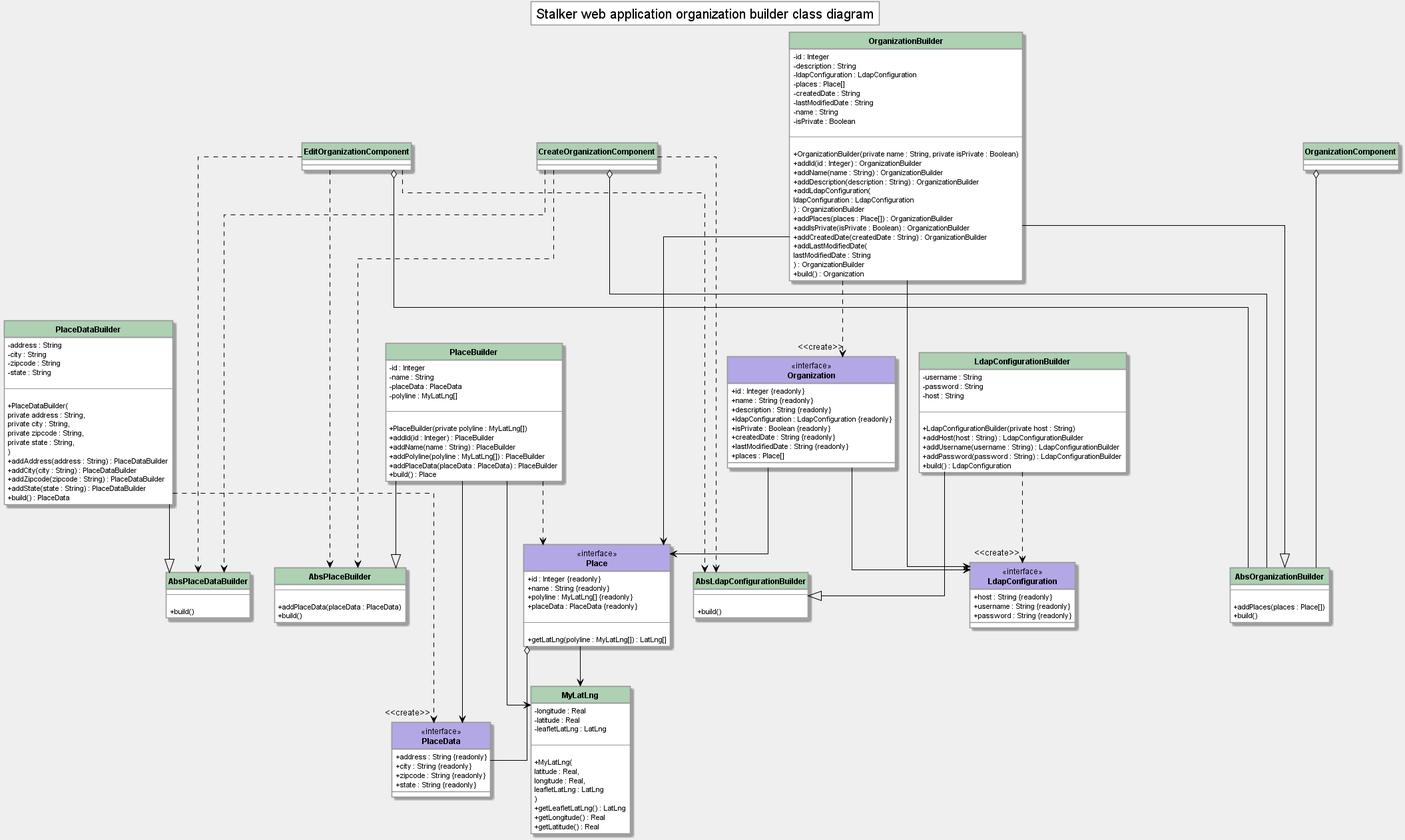
Earlier version of the PlantUML export esterni/manuale-manutentore/components/architettura/img/webapp-organization-builder.png (GruppOne/project-docs).
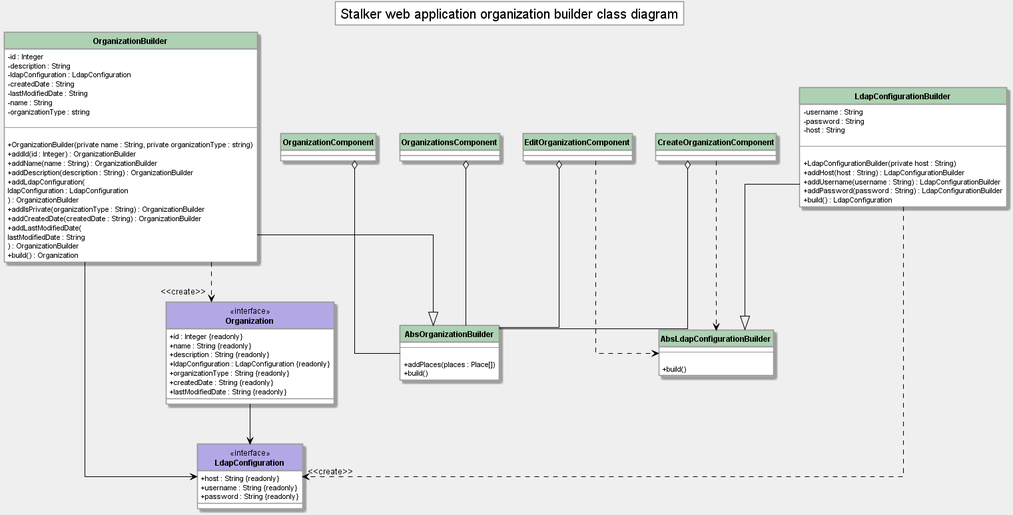
After the commit.

What changed in the source:
```diff
@@ -1,239 +1,19 @@
 @startuml Organization builder design pattern diagram
+!include ../../style/class.pu
 
-hide circle
+!include ../interfaces/LdapConfiguration/LdapConfiguration.pu
+!include ../interfaces/Organization/Organization.pu
 
-skinparam {
-  ArrowColor #000
-  BackgroundColor #efefef
-  DefaultFontName Roboto
-  Linetype ortho
-  NoteFontName Roboto
-  SequenceLifeLineBackgroundColor #989898
-  SequenceLifeLineBorderColor #000
-  SequenceMessageAlignment center
-  SequenceTitleFontColor #000
-  ParticipantPadding 10
-  ResponseMessageBelowArrow true
-  classAttributeIconSize 0
-  TitleFontSize 20
-  TitleBorderColor #989898
-  TitleBackgroundColor #fff
-
-  Class {
-    BackgroundColor #fff
-    BorderColor #989898
-    FontStyle bold
-    HeaderBackgroundColor #add1b2
-    StereotypeFontStyle normal
-  }
-
-  Class<<interface>> {
-    HeaderBackgroundColor #b4a7e5
-  }
-
-  Class<<enumeration>> {
-    HeaderBackgroundColor #eb937f
-  }
-
-  Package {
-    BackgroundColor #c3c3c3
-    BorderColor #989898
-  }
-
-  Note {
-    BackgroundColor #fdfd96
-    BorderColor #ffd400
-  }
-
-  Participant {
-    BackgroundColor #fff
-    BorderColor #989898
-    FontStyle bold
-  }
-}
-
-class LdapConfiguration <<interface>> {
-  + host : String {readonly}
-  + username : String {readonly}
-  + password : String {readonly}
-}
-class Place <<interface>> {
-  + id : Integer {readonly}
-  + name : String {readonly}
-  + polyline : MyLatLng[] {readonly}
-  + placeData : PlaceData {readonly}
-
-  --
-
-  + getLatLng(polyline : MyLatLng[]) : LatLng[]
-}
-
-Place --> MyLatLng
-Place o-- PlaceData
-
-class PlaceData <<interface>> {
-  + address : String {readonly}
-  + city : String {readonly}
-  + zipcode : String {readonly}
-  + state : String {readonly}
-}
-
-class Organization <<interface>> {
-  + id : Integer {readonly}
-  + name : String {readonly}
-  + description : String {readonly}
-  + ldapConfiguration : LdapConfiguration {readonly}
-  + isPrivate : Boolean {readonly}
-  + createdDate : String {readonly}
-  + lastModifiedDate : String {readonly}
-  + places : Place[]
-}
-
-Organization --> LdapConfiguration
-Organization --> Place
-
-class AbsLdapConfigurationBuilder {
-  --
-
-  + build()
-}
-class LdapConfigurationBuilder {
-  - username : String
-  - password : String
-  - host : String
-
-  --
-
-  + LdapConfigurationBuilder(private host : String)
-  + addHost(host : String) : LdapConfigurationBuilder
-  + addUsername(username : String) : LdapConfigurationBuilder
-  + addPassword(password : String) : LdapConfigurationBuilder
-  + build() : LdapConfiguration
-}
-
-LdapConfigurationBuilder ..> "<<create>>" LdapConfiguration
-LdapConfigurationBuilder --|> AbsLdapConfigurationBuilder
-class AbsOrganizationBuilder {
-  --
-
-  + addPlaces(places : Place[])
-  + build()
-}
-
-class OrganizationBuilder {
-  - id : Integer
-  - description : String
-  - ldapConfiguration : LdapConfiguration
-  - places : Place[]
-  - createdDate : String
-  - lastModifiedDate : String
-  - name : String
-  - isPrivate : Boolean
-
-  --
-
-  + OrganizationBuilder(private name : String, private isPrivate : Boolean)
-  + addId(id : Integer) : OrganizationBuilder
-  + addName(name : String) : OrganizationBuilder
-  + addDescription(description : String) : OrganizationBuilder
-  + addLdapConfiguration(
-    ldapConfiguration : LdapConfiguration
-    ) : OrganizationBuilder
-  + addPlaces(places : Place[]) : OrganizationBuilder
-  + addIsPrivate(isPrivate : Boolean) : OrganizationBuilder
-  + addCreatedDate(createdDate : String) : OrganizationBuilder
-  + addLastModifiedDate(
-    lastModifiedDate : String
-    ) : OrganizationBuilder
-  + build() : Organization
-}
-
-OrganizationBuilder -->  LdapConfiguration
-OrganizationBuilder --> Place
-OrganizationBuilder ..> "<<create>>" Organization
-OrganizationBuilder --|> AbsOrganizationBuilder
-class MyLatLng {
-  - longitude : Real
-  - latitude : Real
-  - leafletLatLng : LatLng
-
-  --
-
-  + MyLatLng(
-    latitude : Real,
-    longitude : Real,
-    leafletLatLng : LatLng
-    )
-  + getLeafletLatLng() : LatLng
-  + getLongitude() : Real
-  + getLatitude() : Real
-}
-
-class AbsPlaceBuilder {
-  --
-
-  + addPlaceData(placeData : PlaceData)
-  + build()
-}
-class PlaceBuilder {
-  - id : Integer
-  - name : String
-  - placeData : PlaceData
-  - polyline : MyLatLng[]
-
-  --
-
-  + PlaceBuilder(private polyline : MyLatLng[])
-  + addId(id : Integer) : PlaceBuilder
-  + addName(name : String) : PlaceBuilder
-  + addPolyline(polyline : MyLatLng[]) : PlaceBuilder
-  + addPlaceData(placeData : PlaceData) : PlaceBuilder
-  + build() : Place
-}
-
-PlaceBuilder --> PlaceData
-PlaceBuilder --> MyLatLng
-PlaceBuilder ..> Place
-PlaceBuilder --|> AbsPlaceBuilder
-class AbsPlaceDataBuilder {
-  --
-
-  + build()
-}
-class PlaceDataBuilder {
-  - address : String
-  - city : String
-  - zipcode : String
-  - state : String
-
-  --
-
-  + PlaceDataBuilder(
-    private address : String,
-    private city : String,
-    private zipcode : String,
-    private state : String,
-  )
-  + addAddress(address : String) : PlaceDataBuilder
-  + addCity(city : String) : PlaceDataBuilder
-  + addZipcode(zipcode : String) : PlaceDataBuilder
-  + addState(state : String) : PlaceDataBuilder
-  + build() : PlaceData
-}
-
-PlaceDataBuilder ..> "<<create>>" PlaceData
-PlaceDataBuilder --|> AbsPlaceDataBuilder
+!include ../classes/LdapConfiguration/LdapConfigurationBuilder.pu
+!include ../classes/Organization/OrganizationBuilder.pu
 
 title Stalker web application organization builder class diagram
 
 
-CreateOrganizationComponent o--- AbsOrganizationBuilder
-CreateOrganizationComponent ...> AbsPlaceBuilder
-CreateOrganizationComponent ...> AbsPlaceDataBuilder
-CreateOrganizationComponent ...> AbsLdapConfigurationBuilder
-OrganizationComponent o--- AbsOrganizationBuilder
-EditOrganizationComponent o--- AbsOrganizationBuilder
-EditOrganizationComponent ...> AbsPlaceBuilder
-EditOrganizationComponent ...> AbsPlaceDataBuilder
-EditOrganizationComponent ...> AbsLdapConfigurationBuilder
+CreateOrganizationComponent o-- AbsOrganizationBuilder
+CreateOrganizationComponent ..> AbsLdapConfigurationBuilder
+OrganizationComponent o-- AbsOrganizationBuilder
+OrganizationsComponent o-- AbsOrganizationBuilder
+EditOrganizationComponent o-- AbsOrganizationBuilder
+EditOrganizationComponent ..> AbsLdapConfigurationBuilder
 @enduml
```
